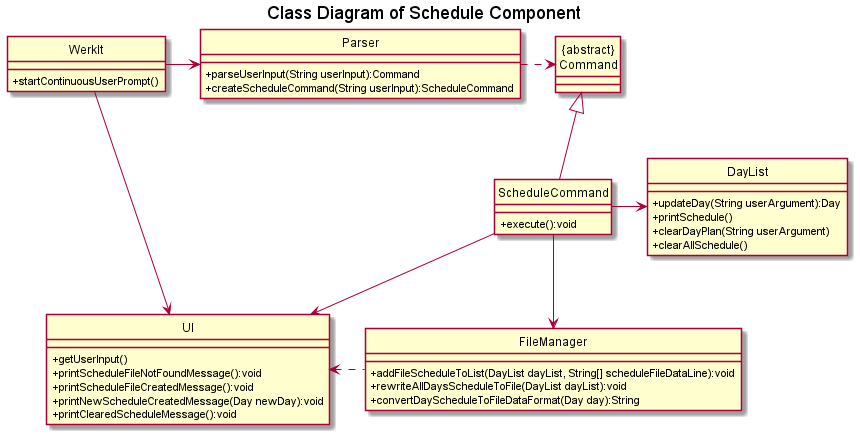
nus-cs2113-AY2122S2/tp keeps this PlantUML diagram as docs/uml/classDiagrams/images/scheduleComponent.png. Above is the earlier version.
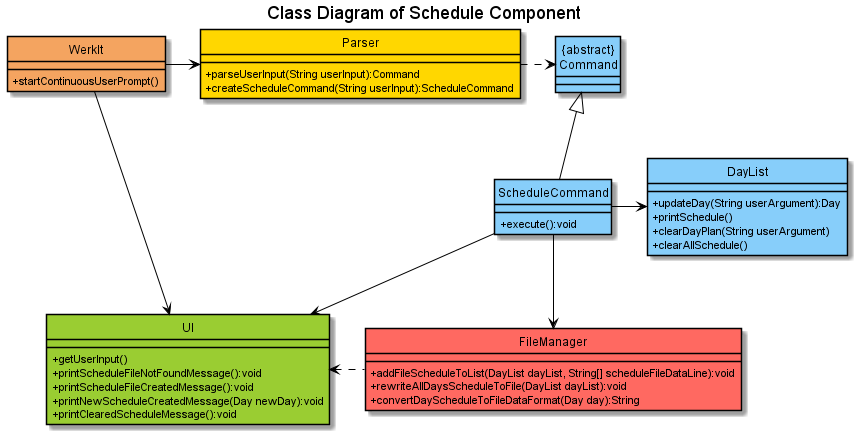
The same file after the commit.

Diff of the diagram source:
```diff
@@ -1,4 +1,7 @@
 @startuml
+
+!include ../Style.puml
+
 hide circle
 
 skinparam classAttributeIconSize 0
@@ -13,33 +16,33 @@
 ScheduleCommand -r-> DayList
 UI <. FileManager
 
-class WerkIt {
+class WerkIt COLOR_WERKIT {
 + startContinuousUserPrompt()
 }
 
-class DayList {
+class DayList COLOR_LOGIC {
 + updateDay(String userArgument):Day
 + printSchedule()
 + clearDayPlan(String userArgument)
 + clearAllSchedule()
 }
 
-class FileManager {
+class FileManager COLOR_STORAGE {
 + addFileScheduleToList(DayList dayList, String[] scheduleFileDataLine):void
 + rewriteAllDaysScheduleToFile(DayList dayList):void
 + convertDayScheduleToFileDataFormat(Day day):String
 }
 
-class "{abstract}\nCommand" {
+class "{abstract}\nCommand" COLOR_LOGIC {
 }
 
-class ScheduleCommand {
+class ScheduleCommand COLOR_LOGIC {
 + execute():void
 }
 
 
 
-class UI {
+class UI COLOR_UI {
 + getUserInput()
 + printScheduleFileNotFoundMessage():void
 + printScheduleFileCreatedMessage():void
@@ -47,7 +50,7 @@
 + printClearedScheduleMessage():void
 }
 
-class Parser {
+class Parser COLOR_PARSER {
 + parseUserInput(String userInput):Command
 + createScheduleCommand(String userInput):ScheduleCommand
 }
```
